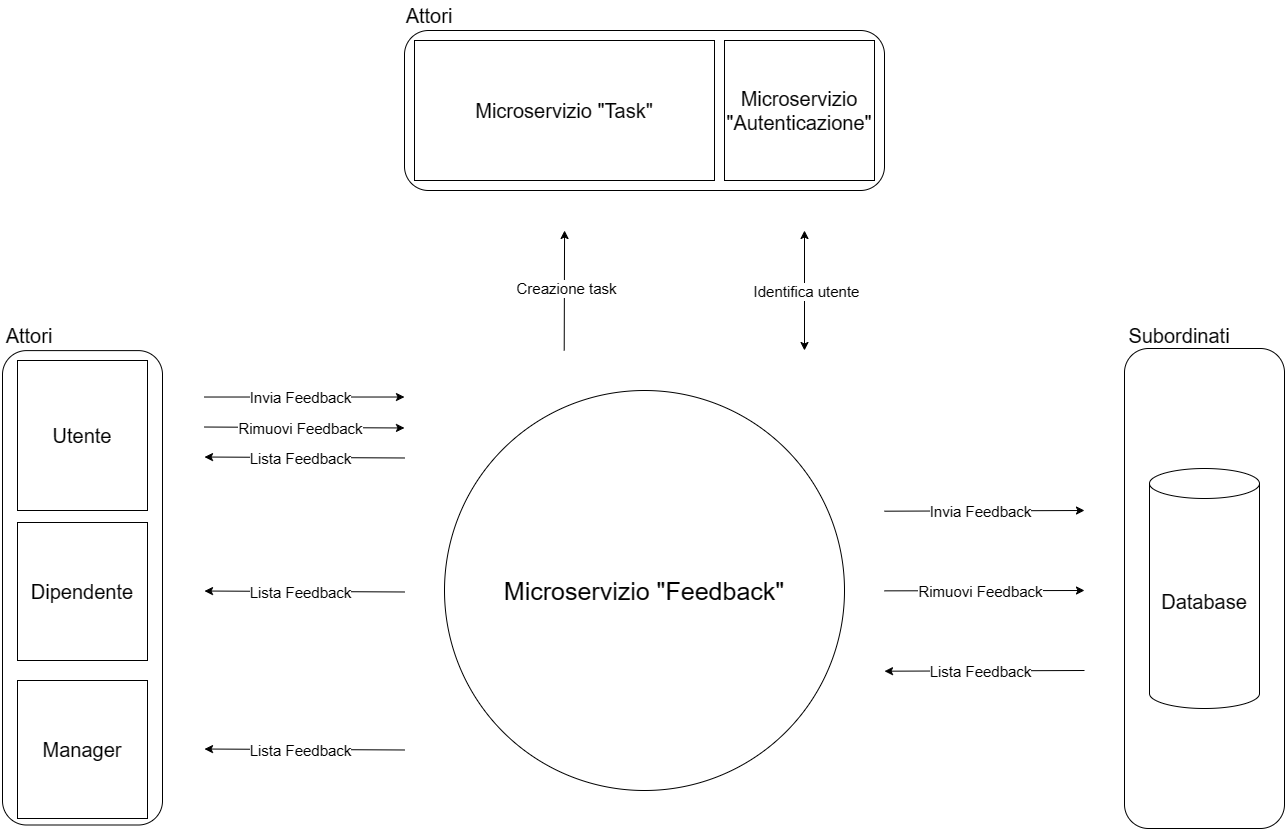
IS-FixMi/Documentation-Source keeps this draw.io diagram as second-deliverable/images/Diagrammi_Contesto/Diagramma_Contesto_Feedback.png. Above is the earlier version. Source tidied: cells renumbered, new cells last; positions are measured from the earlier drawing's top-left corner, leaving out a move shared by most shapes.
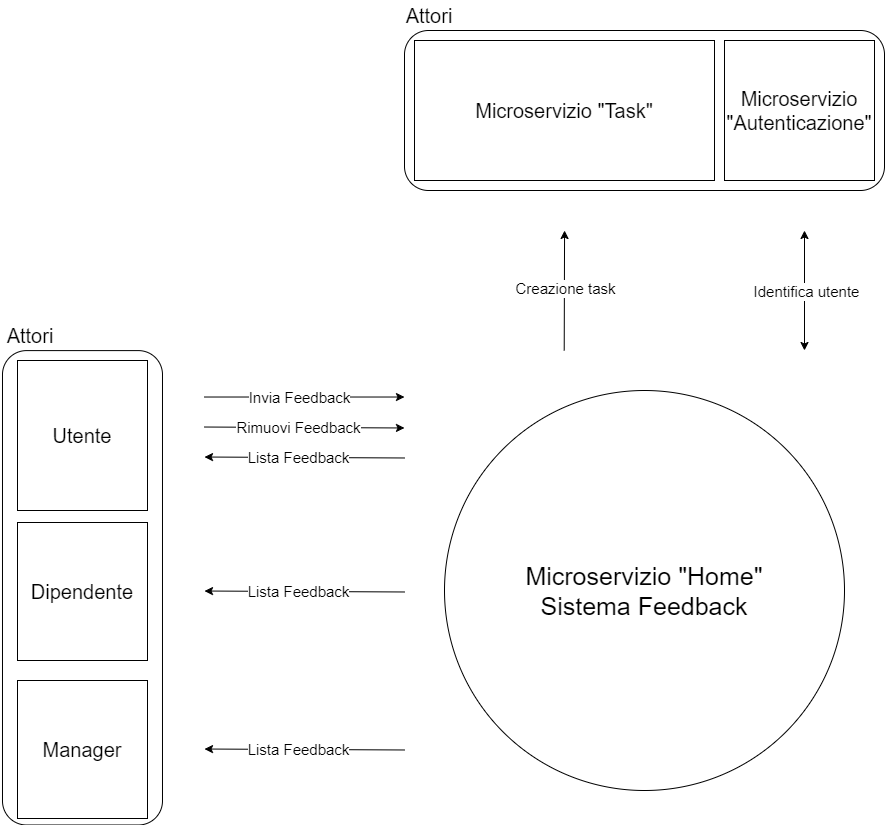
After the commit.

What changed in the source:
```diff
@@ -2,7 +2,7 @@
   <root>
     <mxCell id="0" />
     <mxCell id="1" parent="0" />
-    <mxCell id="2" value="&lt;font style=&quot;font-size: 25px;&quot;&gt;Microservizio &quot;Feedback&quot;&lt;/font&gt;" style="ellipse;whiteSpace=wrap;html=1;" parent="1" vertex="1">
+    <mxCell id="2" value="&lt;span style=&quot;font-size: 25px;&quot;&gt;Microservizio &quot;Home&quot;&lt;br&gt;Sistema Feedback&lt;br&gt;&lt;/span&gt;" style="ellipse;whiteSpace=wrap;html=1;" parent="1" vertex="1">
       <mxGeometry x="599" y="390" width="400" height="400" as="geometry" />
     </mxCell>
     <mxCell id="3" style="rounded=1;whiteSpace=wrap;html=1;fillColor=none;" parent="1" vertex="1">
@@ -47,39 +47,6 @@
     <mxCell id="13" value="&lt;font style=&quot;font-size: 20px;&quot;&gt;Dipendente&lt;br&gt;&lt;/font&gt;" style="rounded=0;whiteSpace=wrap;html=1;" parent="1" vertex="1">
       <mxGeometry x="172" y="522" width="130" height="138" as="geometry" />
     </mxCell>
-    <mxCell id="14" style="rounded=1;whiteSpace=wrap;html=1;fillColor=none;rotation=-90;" parent="1" vertex="1">
-      <mxGeometry x="1119" y="508" width="480" height="160" as="geometry" />
-    </mxCell>
-    <mxCell id="15" value="&lt;font style=&quot;font-size: 20px;&quot;&gt;Database&lt;/font&gt;" style="shape=cylinder3;whiteSpace=wrap;html=1;boundedLbl=1;backgroundOutline=1;size=15;" parent="1" vertex="1">
-      <mxGeometry x="1304" y="468" width="110" height="240" as="geometry" />
-    </mxCell>
-    <mxCell id="16" style="endArrow=classic;html=1;rounded=0;" parent="1" edge="1">
-      <mxGeometry relative="1" as="geometry">
-        <mxPoint x="1039" y="510.7" as="sourcePoint" />
-        <mxPoint x="1239" y="510" as="targetPoint" />
-      </mxGeometry>
-    </mxCell>
-    <mxCell id="17" value="&lt;font style=&quot;font-size: 15px;&quot;&gt;Invia Feedback&lt;br&gt;&lt;/font&gt;" style="edgeLabel;html=1;align=center;verticalAlign=middle;" parent="16" vertex="1">
-      <mxGeometry x="-0.06" relative="1" as="geometry" />
-    </mxCell>
-    <mxCell id="18" style="endArrow=classic;html=1;rounded=0;" parent="1" edge="1">
-      <mxGeometry relative="1" as="geometry">
-        <mxPoint x="1039" y="590.4" as="sourcePoint" />
-        <mxPoint x="1239" y="590" as="targetPoint" />
-      </mxGeometry>
-    </mxCell>
-    <mxCell id="19" value="&lt;font style=&quot;font-size: 15px;&quot;&gt;Rimuovi Feedback&lt;br&gt;&lt;/font&gt;" style="edgeLabel;html=1;align=center;verticalAlign=middle;" parent="18" vertex="1">
-      <mxGeometry x="-0.06" relative="1" as="geometry" />
-    </mxCell>
-    <mxCell id="20" style="endArrow=none;html=1;rounded=0;startArrow=classic;startFill=1;endFill=0;" parent="1" edge="1">
-      <mxGeometry relative="1" as="geometry">
-        <mxPoint x="1039" y="670.7" as="sourcePoint" />
-        <mxPoint x="1239" y="670" as="targetPoint" />
-      </mxGeometry>
-    </mxCell>
-    <mxCell id="21" value="&lt;font style=&quot;font-size: 15px;&quot;&gt;Lista Feedback&lt;br&gt;&lt;/font&gt;" style="edgeLabel;html=1;align=center;verticalAlign=middle;" parent="20" vertex="1">
-      <mxGeometry x="-0.06" relative="1" as="geometry" />
-    </mxCell>
     <mxCell id="22" value="&lt;span style=&quot;font-size: 20px;&quot;&gt;Microservizio &quot;Autenticazione&quot;&lt;/span&gt;" style="rounded=0;whiteSpace=wrap;html=1;" parent="1" vertex="1">
       <mxGeometry x="879" y="40" width="150" height="140" as="geometry" />
     </mxCell>
@@ -106,9 +73,6 @@
     <mxCell id="27" value="&lt;font style=&quot;font-size: 15px;&quot;&gt;Creazione task&lt;/font&gt;" style="edgeLabel;html=1;align=center;verticalAlign=middle;" parent="26" vertex="1">
       <mxGeometry x="-0.04" y="1" relative="1" as="geometry" />
     </mxCell>
-    <mxCell id="28" value="&lt;font style=&quot;font-size: 20px;&quot;&gt;Subordinati&lt;/font&gt;" style="text;html=1;strokeColor=none;fillColor=none;align=center;verticalAlign=middle;whiteSpace=wrap;rounded=0;" parent="1" vertex="1">
-      <mxGeometry x="1269" y="320" width="130" height="30" as="geometry" />
-    </mxCell>
     <mxCell id="29" value="&lt;font style=&quot;font-size: 20px;&quot;&gt;Attori&lt;/font&gt;" style="text;html=1;strokeColor=none;fillColor=none;align=center;verticalAlign=middle;whiteSpace=wrap;rounded=0;" parent="1" vertex="1">
       <mxGeometry x="519" width="130" height="30" as="geometry" />
     </mxCell>
```
